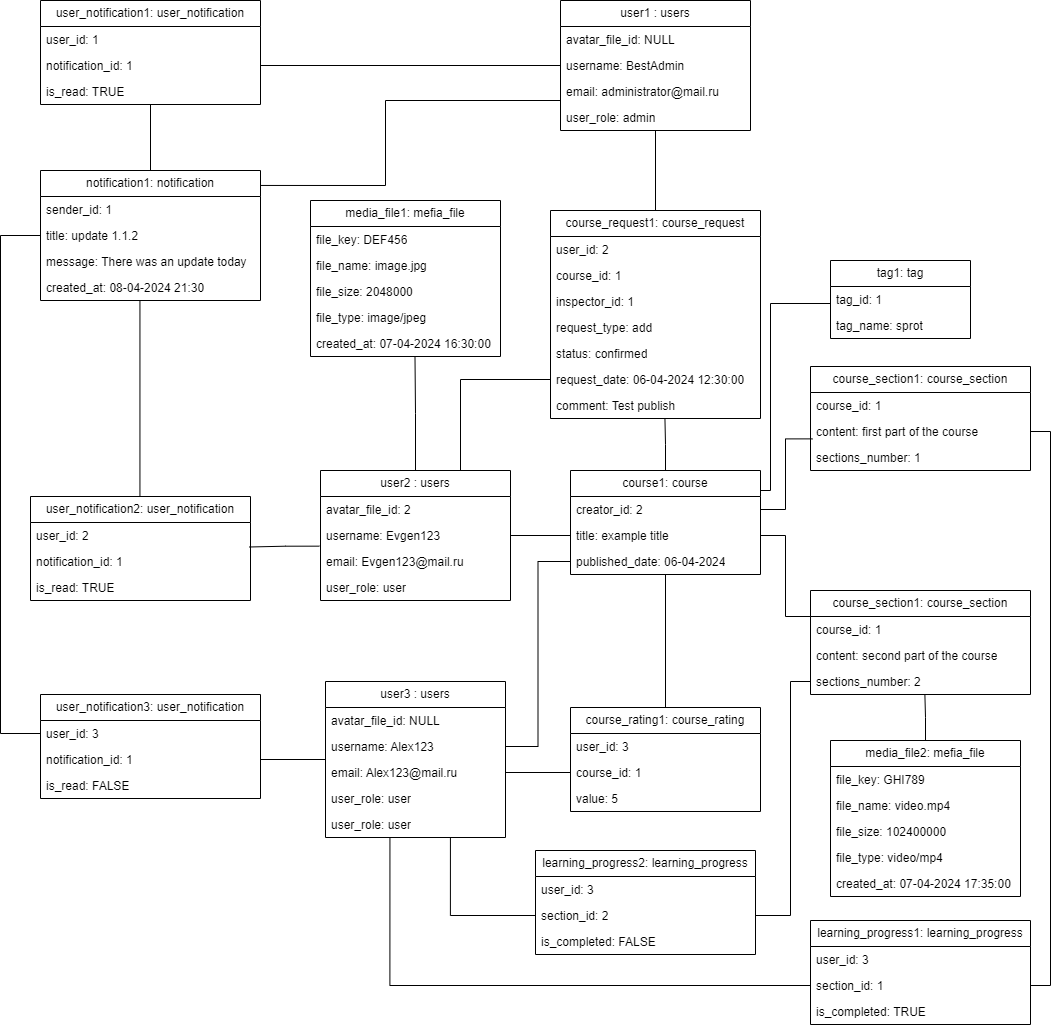
This is diagrams/Диаграмма объектов (Object diagram)/Диаграмма объектов.png from sahland/9.5-Team, a draw.io export, as it was before one commit. Source tidied: cells renumbered, new cells last; positions are measured from the earlier drawing's top-left corner, leaving out a move shared by most shapes.
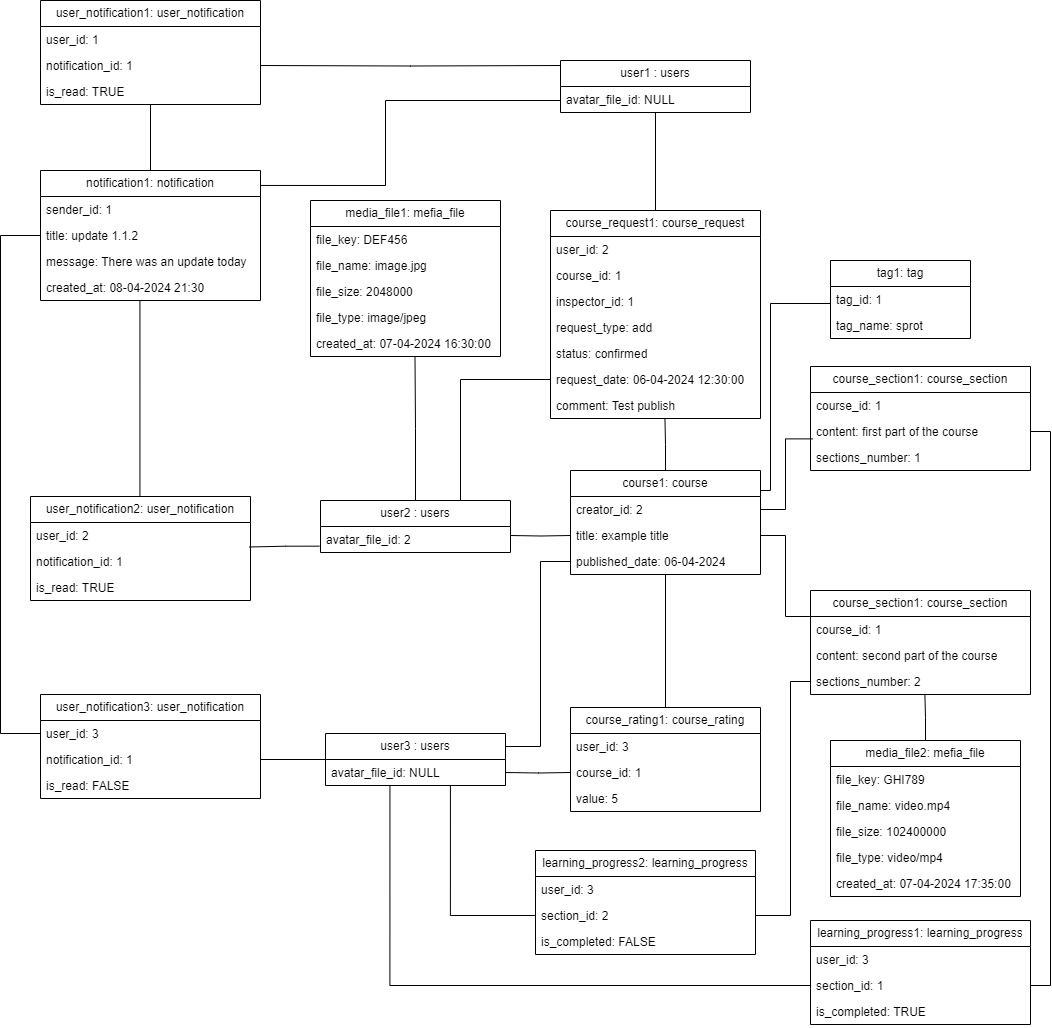
Later version of the same file.

Commit message:
fix: chage diagrams user db table

What changed in the source:
```diff
@@ -10,20 +10,11 @@
       </mxGeometry>
     </mxCell>
     <mxCell id="3" value="user2 : users" style="swimlane;fontStyle=0;horizontal=1;startSize=26;fillColor=none;whiteSpace=wrap;html=1;" parent="1" vertex="1">
-      <mxGeometry x="320" y="470" width="190" height="130" as="geometry" />
+      <mxGeometry x="320" y="500" width="190" height="52" as="geometry" />
     </mxCell>
     <mxCell id="4" value="avatar_file_id: 2" style="text;strokeColor=none;fillColor=none;align=left;verticalAlign=top;spacingLeft=4;spacingRight=4;overflow=hidden;whiteSpace=wrap;html=1;" parent="3" vertex="1">
       <mxGeometry y="26" width="190" height="26" as="geometry" />
     </mxCell>
-    <mxCell id="5" value="username: Evgen123" style="text;strokeColor=none;fillColor=none;align=left;verticalAlign=top;spacingLeft=4;spacingRight=4;overflow=hidden;points=[[0,0.5],[1,0.5]];portConstraint=eastwest;whiteSpace=wrap;html=1;" parent="3" vertex="1">
-      <mxGeometry y="52" width="190" height="26" as="geometry" />
-    </mxCell>
-    <mxCell id="6" value="email: Evgen123@mail.ru" style="text;strokeColor=none;fillColor=none;align=left;verticalAlign=top;spacingLeft=4;spacingRight=4;overflow=hidden;points=[[0,0.5],[1,0.5]];portConstraint=eastwest;whiteSpace=wrap;html=1;" parent="3" vertex="1">
-      <mxGeometry y="78" width="190" height="26" as="geometry" />
-    </mxCell>
-    <mxCell id="7" value="user_role: user" style="text;strokeColor=none;fillColor=none;align=left;verticalAlign=top;spacingLeft=4;spacingRight=4;overflow=hidden;whiteSpace=wrap;html=1;" parent="3" vertex="1">
-      <mxGeometry y="104" width="190" height="26" as="geometry" />
-    </mxCell>
     <mxCell id="8" value="media_file1: mefia_file" style="swimlane;fontStyle=0;horizontal=1;startSize=26;fillColor=none;whiteSpace=wrap;html=1;" parent="1" vertex="1">
       <mxGeometry x="310" y="200" width="190" height="156" as="geometry" />
     </mxCell>
@@ -65,33 +56,28 @@
     <mxCell id="19" value="published_date: 06-04-2024" style="text;strokeColor=none;fillColor=none;align=left;verticalAlign=top;spacingLeft=4;spacingRight=4;overflow=hidden;points=[[0,0.5],[1,0.5]];portConstraint=eastwest;whiteSpace=wrap;html=1;" parent="16" vertex="1">
       <mxGeometry y="78" width="190" height="26" as="geometry" />
     </mxCell>
-    <mxCell id="20" style="edgeStyle=orthogonalEdgeStyle;rounded=0;jettySize=auto;html=1;endArrow=none;endFill=0;" parent="1" edge="1" source="5" target="18">
-      <mxGeometry relative="1" as="geometry" />
+    <mxCell id="20" style="edgeStyle=orthogonalEdgeStyle;rounded=0;jettySize=auto;html=1;endArrow=none;endFill=0;" parent="1" edge="1" target="18">
+      <mxGeometry relative="1" as="geometry">
+        <mxPoint x="510" y="535" as="sourcePoint" />
+      </mxGeometry>
     </mxCell>
-    <mxCell id="21" style="edgeStyle=orthogonalEdgeStyle;rounded=0;jettySize=auto;html=1;entryX=0;entryY=0.5;entryDx=0;entryDy=0;exitX=1;exitY=0.5;exitDx=0;exitDy=0;endArrow=none;endFill=0;" parent="1" edge="1" source="25" target="19">
-      <mxGeometry relative="1" as="geometry" />
+    <mxCell id="21" style="edgeStyle=orthogonalEdgeStyle;rounded=0;jettySize=auto;html=1;entryX=0;entryY=0.5;entryDx=0;entryDy=0;exitX=1;exitY=0.25;exitDx=0;exitDy=0;endArrow=none;endFill=0;" parent="1" edge="1" source="23" target="19">
+      <mxGeometry relative="1" as="geometry">
+        <Array as="points">
+          <mxPoint x="540" y="746" />
+          <mxPoint x="540" y="561" />
+        </Array>
+      </mxGeometry>
     </mxCell>
     <mxCell id="22" style="edgeStyle=orthogonalEdgeStyle;rounded=0;jettySize=auto;html=1;entryX=1;entryY=0.5;entryDx=0;entryDy=0;endArrow=none;endFill=0;" parent="1" edge="1" source="23" target="94">
       <mxGeometry relative="1" as="geometry" />
     </mxCell>
     <mxCell id="23" value="user3 : users" style="swimlane;fontStyle=0;horizontal=1;startSize=26;fillColor=none;whiteSpace=wrap;html=1;" parent="1" vertex="1">
-      <mxGeometry x="325" y="681" width="180" height="156" as="geometry" />
+      <mxGeometry x="325" y="733" width="180" height="52" as="geometry" />
     </mxCell>
     <mxCell id="24" value="avatar_file_id: NULL" style="text;strokeColor=none;fillColor=none;align=left;verticalAlign=top;spacingLeft=4;spacingRight=4;overflow=hidden;whiteSpace=wrap;html=1;" parent="23" vertex="1">
       <mxGeometry y="26" width="180" height="26" as="geometry" />
     </mxCell>
-    <mxCell id="25" value="username: Alex123" style="text;strokeColor=none;fillColor=none;align=left;verticalAlign=top;spacingLeft=4;spacingRight=4;overflow=hidden;points=[[0,0.5],[1,0.5]];portConstraint=eastwest;whiteSpace=wrap;html=1;" parent="23" vertex="1">
-      <mxGeometry y="52" width="180" height="26" as="geometry" />
-    </mxCell>
-    <mxCell id="26" value="email: Alex123@mail.ru" style="text;strokeColor=none;fillColor=none;align=left;verticalAlign=top;spacingLeft=4;spacingRight=4;overflow=hidden;points=[[0,0.5],[1,0.5]];portConstraint=eastwest;whiteSpace=wrap;html=1;" parent="23" vertex="1">
-      <mxGeometry y="78" width="180" height="26" as="geometry" />
-    </mxCell>
-    <mxCell id="27" value="user_role: user" style="text;strokeColor=none;fillColor=none;align=left;verticalAlign=top;spacingLeft=4;spacingRight=4;overflow=hidden;whiteSpace=wrap;html=1;" parent="23" vertex="1">
-      <mxGeometry y="104" width="180" height="26" as="geometry" />
-    </mxCell>
-    <mxCell id="28" value="user_role: user" style="text;strokeColor=none;fillColor=none;align=left;verticalAlign=top;spacingLeft=4;spacingRight=4;overflow=hidden;points=[[0,0.5],[1,0.5]];portConstraint=eastwest;whiteSpace=wrap;html=1;" parent="23" vertex="1">
-      <mxGeometry y="130" width="180" height="26" as="geometry" />
-    </mxCell>
     <mxCell id="29" style="edgeStyle=orthogonalEdgeStyle;rounded=0;jettySize=auto;html=1;entryX=0.5;entryY=1;entryDx=0;entryDy=0;endArrow=none;endFill=0;" parent="1" edge="1" source="30" target="16">
       <mxGeometry relative="1" as="geometry" />
     </mxCell>
@@ -107,8 +93,10 @@
     <mxCell id="33" value="value: 5" style="text;strokeColor=none;fillColor=none;align=left;verticalAlign=top;spacingLeft=4;spacingRight=4;overflow=hidden;whiteSpace=wrap;html=1;" parent="30" vertex="1">
       <mxGeometry y="78" width="190" height="26" as="geometry" />
     </mxCell>
-    <mxCell id="34" style="edgeStyle=orthogonalEdgeStyle;rounded=0;jettySize=auto;html=1;entryX=0;entryY=0.5;entryDx=0;entryDy=0;startArrow=none;startFill=0;endArrow=none;endFill=0;" parent="1" edge="1" source="26" target="32">
-      <mxGeometry relative="1" as="geometry" />
+    <mxCell id="34" style="edgeStyle=orthogonalEdgeStyle;rounded=0;jettySize=auto;html=1;entryX=0;entryY=0.5;entryDx=0;entryDy=0;startArrow=none;startFill=0;endArrow=none;endFill=0;" parent="1" edge="1" target="32">
+      <mxGeometry relative="1" as="geometry">
+        <mxPoint x="505" y="772" as="sourcePoint" />
+      </mxGeometry>
     </mxCell>
     <mxCell id="35" value="course_section1: course_section" style="swimlane;fontStyle=0;horizontal=1;startSize=26;fillColor=none;whiteSpace=wrap;html=1;" parent="1" vertex="1">
       <mxGeometry x="810" y="366" width="220" height="104" as="geometry" />
@@ -198,15 +186,17 @@
         </Array>
       </mxGeometry>
     </mxCell>
-    <mxCell id="61" style="edgeStyle=orthogonalEdgeStyle;rounded=0;jettySize=auto;html=1;entryX=0.358;entryY=0.986;entryDx=0;entryDy=0;entryPerimeter=0;endArrow=none;endFill=0;exitX=0;exitY=0.5;exitDx=0;exitDy=0;" parent="1" edge="1" source="53" target="28">
+    <mxCell id="61" style="edgeStyle=orthogonalEdgeStyle;rounded=0;jettySize=auto;html=1;entryX=0.358;entryY=0.986;entryDx=0;entryDy=0;entryPerimeter=0;endArrow=none;endFill=0;exitX=0;exitY=0.5;exitDx=0;exitDy=0;" parent="1" edge="1" source="53">
       <mxGeometry relative="1" as="geometry">
+        <mxPoint x="389.4" y="784.6" as="targetPoint" />
         <Array as="points">
           <mxPoint x="389" y="985" />
         </Array>
       </mxGeometry>
     </mxCell>
-    <mxCell id="62" style="edgeStyle=orthogonalEdgeStyle;rounded=0;jettySize=auto;html=1;entryX=0.694;entryY=1.013;entryDx=0;entryDy=0;entryPerimeter=0;endArrow=none;endFill=0;exitX=0;exitY=0.5;exitDx=0;exitDy=0;" parent="1" edge="1" source="58" target="28">
+    <mxCell id="62" style="edgeStyle=orthogonalEdgeStyle;rounded=0;jettySize=auto;html=1;entryX=0.694;entryY=1.013;entryDx=0;entryDy=0;entryPerimeter=0;endArrow=none;endFill=0;exitX=0;exitY=0.5;exitDx=0;exitDy=0;" parent="1" edge="1" source="58">
       <mxGeometry relative="1" as="geometry">
+        <mxPoint x="449.9" y="785.3" as="targetPoint" />
         <Array as="points">
           <mxPoint x="450" y="915" />
         </Array>
@@ -237,20 +227,11 @@
       <mxGeometry y="182" width="210" height="26" as="geometry" />
     </mxCell>
     <mxCell id="71" value="user1 : users" style="swimlane;fontStyle=0;horizontal=1;startSize=26;fillColor=none;whiteSpace=wrap;html=1;" parent="1" vertex="1">
-      <mxGeometry x="560" width="190" height="130" as="geometry" />
+      <mxGeometry x="560" y="60" width="190" height="52" as="geometry" />
     </mxCell>
     <mxCell id="72" value="avatar_file_id: NULL" style="text;strokeColor=none;fillColor=none;align=left;verticalAlign=top;spacingLeft=4;spacingRight=4;overflow=hidden;whiteSpace=wrap;html=1;" parent="71" vertex="1">
       <mxGeometry y="26" width="190" height="26" as="geometry" />
     </mxCell>
-    <mxCell id="73" value="username: BestAdmin" style="text;strokeColor=none;fillColor=none;align=left;verticalAlign=top;spacingLeft=4;spacingRight=4;overflow=hidden;points=[[0,0.5],[1,0.5]];portConstraint=eastwest;whiteSpace=wrap;html=1;" parent="71" vertex="1">
-      <mxGeometry y="52" width="190" height="26" as="geometry" />
-    </mxCell>
-    <mxCell id="74" value="email: administrator@mail.ru" style="text;strokeColor=none;fillColor=none;align=left;verticalAlign=top;spacingLeft=4;spacingRight=4;overflow=hidden;whiteSpace=wrap;html=1;" parent="71" vertex="1">
-      <mxGeometry y="78" width="190" height="26" as="geometry" />
-    </mxCell>
-    <mxCell id="75" value="user_role: admin" style="text;strokeColor=none;fillColor=none;align=left;verticalAlign=top;spacingLeft=4;spacingRight=4;overflow=hidden;whiteSpace=wrap;html=1;" parent="71" vertex="1">
-      <mxGeometry y="104" width="190" height="26" as="geometry" />
-    </mxCell>
     <mxCell id="76" style="edgeStyle=orthogonalEdgeStyle;rounded=0;jettySize=auto;html=1;entryX=0.52;entryY=1.019;entryDx=0;entryDy=0;entryPerimeter=0;endArrow=none;endFill=0;" parent="1" edge="1" source="45" target="42">
       <mxGeometry relative="1" as="geometry" />
     </mxCell>
@@ -311,8 +292,10 @@
     <mxCell id="95" value="is_read: FALSE" style="text;strokeColor=none;fillColor=none;align=left;verticalAlign=top;spacingLeft=4;spacingRight=4;overflow=hidden;whiteSpace=wrap;html=1;" parent="92" vertex="1">
       <mxGeometry y="78" width="220" height="26" as="geometry" />
     </mxCell>
-    <mxCell id="96" style="edgeStyle=orthogonalEdgeStyle;rounded=0;jettySize=auto;html=1;entryX=1;entryY=0.5;entryDx=0;entryDy=0;endArrow=none;endFill=0;" parent="1" edge="1" source="73" target="86">
-      <mxGeometry relative="1" as="geometry" />
+    <mxCell id="96" style="edgeStyle=orthogonalEdgeStyle;rounded=0;jettySize=auto;html=1;entryX=1;entryY=0.5;entryDx=0;entryDy=0;endArrow=none;endFill=0;" parent="1" edge="1" target="86">
+      <mxGeometry relative="1" as="geometry">
+        <mxPoint x="560" y="65" as="sourcePoint" />
+      </mxGeometry>
     </mxCell>
     <mxCell id="97" style="edgeStyle=orthogonalEdgeStyle;rounded=0;jettySize=auto;html=1;entryX=1;entryY=0.115;entryDx=0;entryDy=0;entryPerimeter=0;endArrow=none;endFill=0;" parent="1" edge="1" source="71" target="79">
       <mxGeometry relative="1" as="geometry">
@@ -340,8 +323,13 @@
     <mxCell id="100" style="edgeStyle=orthogonalEdgeStyle;rounded=0;jettySize=auto;html=1;entryX=0.5;entryY=1;entryDx=0;entryDy=0;entryPerimeter=0;endArrow=none;endFill=0;" parent="1" edge="1" source="79" target="87">
       <mxGeometry relative="1" as="geometry" />
     </mxCell>
-    <mxCell id="101" style="edgeStyle=orthogonalEdgeStyle;rounded=0;jettySize=auto;html=1;entryX=0.995;entryY=-0.058;entryDx=0;entryDy=0;endArrow=none;endFill=0;exitX=-0.006;exitY=-0.09;exitDx=0;exitDy=0;exitPerimeter=0;entryPerimeter=0;" parent="1" edge="1" source="6" target="90">
-      <mxGeometry relative="1" as="geometry" />
+    <mxCell id="101" style="edgeStyle=orthogonalEdgeStyle;rounded=0;jettySize=auto;html=1;entryX=0.995;entryY=-0.058;entryDx=0;entryDy=0;endArrow=none;endFill=0;exitX=-0.006;exitY=-0.09;exitDx=0;exitDy=0;exitPerimeter=0;entryPerimeter=0;" parent="1" edge="1" target="90">
+      <mxGeometry relative="1" as="geometry">
+        <mxPoint x="318.9" y="545.7" as="sourcePoint" />
+        <Array as="points">
+          <mxPoint x="285" y="546" />
+        </Array>
+      </mxGeometry>
     </mxCell>
     <mxCell id="102" value="tag1: tag" style="swimlane;fontStyle=0;horizontal=1;startSize=26;fillColor=none;whiteSpace=wrap;html=1;" parent="1" vertex="1">
       <mxGeometry x="830" y="260" width="140" height="78" as="geometry" />
```
